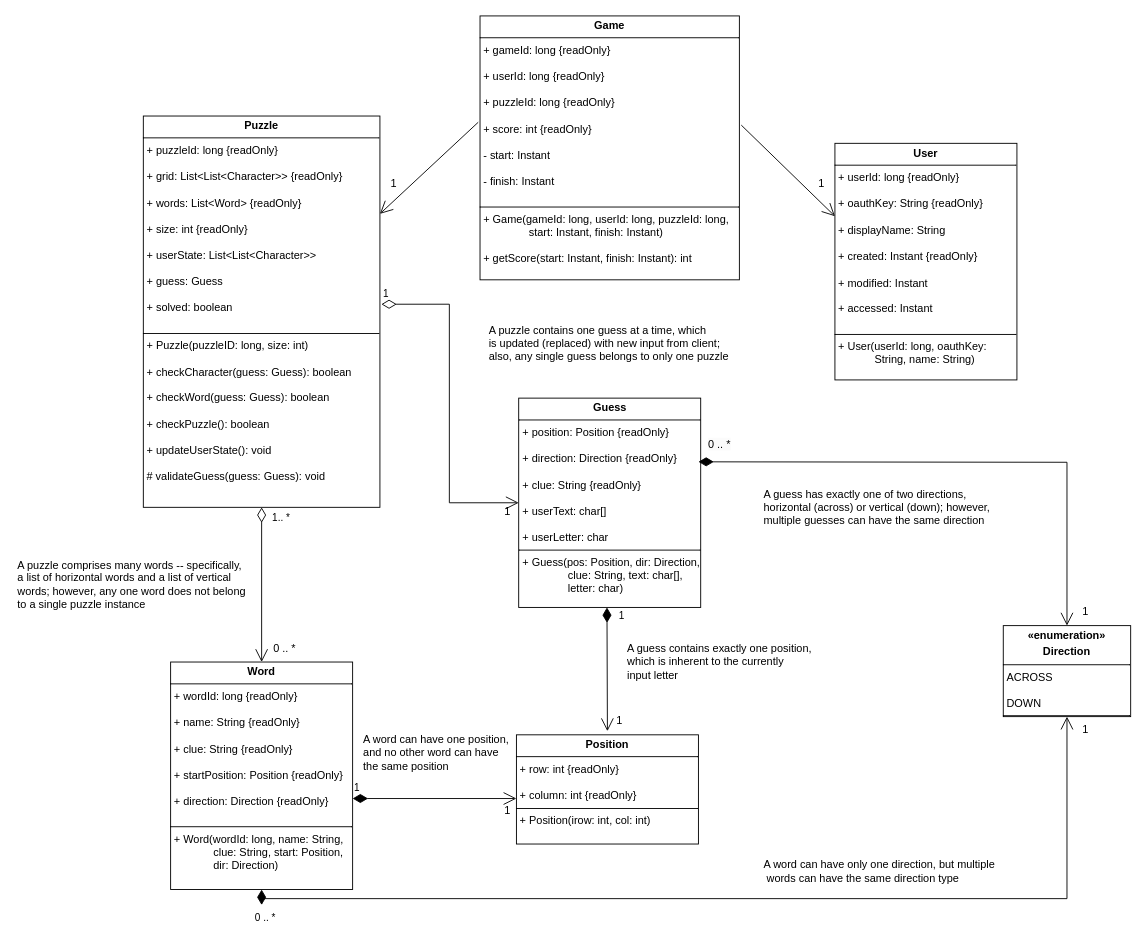
Before: docs/work/CrossFyre-UML.drawio in ddc-java-21/crossfyre, a draw.io diagram. Source tidied: cells renumbered, new cells numbered last; positions are measured from the earlier drawing's top-left corner, leaving out a move shared by most shapes. Both pictures are drawn from the tidied source at 91%, with x=0, y=0 at pixel (15, 15).
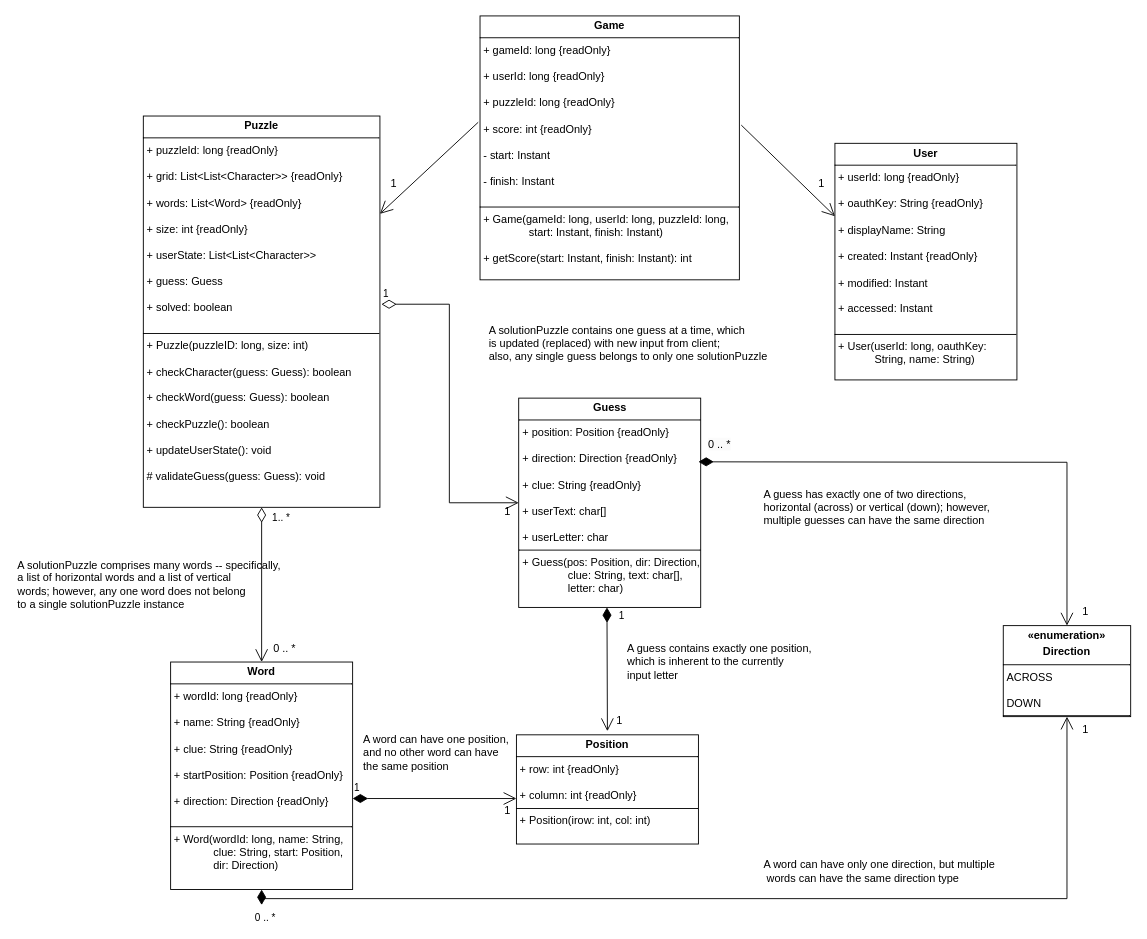
The same page after the edit.

Commit message (it also covers changes not shown here):
Fixed ERD svg and updated pdf.

What changed in the source:
```diff
@@
-    <mxCell id="19" value="A puzzle comprises many words -- specifically,&lt;div&gt;a list of horizontal words and a list of vertical&lt;/div&gt;&lt;div&gt;words; however, any one word does not belong&lt;/div&gt;&lt;div&gt;to a single puzzle instance&lt;/div&gt;" style="text;html=1;align=left;verticalAlign=middle;strokeColor=none;fillColor=none;" parent="1" vertex="1">
+    <mxCell id="19" value="A solutionPuzzle comprises many words -- specifically,&lt;div&gt;a list of horizontal words and a list of vertical&lt;/div&gt;&lt;div&gt;words; however, any one word does not belong&lt;/div&gt;&lt;div&gt;to a single solutionPuzzle instance&lt;/div&gt;" style="text;html=1;align=left;verticalAlign=middle;strokeColor=none;fillColor=none;" parent="1" vertex="1">
       <mxGeometry y="590" width="270" height="70" as="geometry" />
     </mxCell>
-    <mxCell id="20" value="A puzzle contains one guess at a time, which&lt;div&gt;is updated (replaced) with new input from client;&amp;nbsp;&lt;/div&gt;&lt;div&gt;also, any single guess belongs to only one puzzle&lt;/div&gt;" style="text;html=1;align=left;verticalAlign=middle;strokeColor=none;fillColor=none;" parent="1" vertex="1">
+    <mxCell id="20" value="A solutionPuzzle contains one guess at a time, which&lt;div&gt;is updated (replaced) with new input from client;&amp;nbsp;&lt;/div&gt;&lt;div&gt;also, any single guess belongs to only one solutionPuzzle&lt;/div&gt;" style="text;html=1;align=left;verticalAlign=middle;strokeColor=none;fillColor=none;" parent="1" vertex="1">
       <mxGeometry x="517.5" y="330" width="290" height="60" as="geometry" />
     </mxCell>
```
